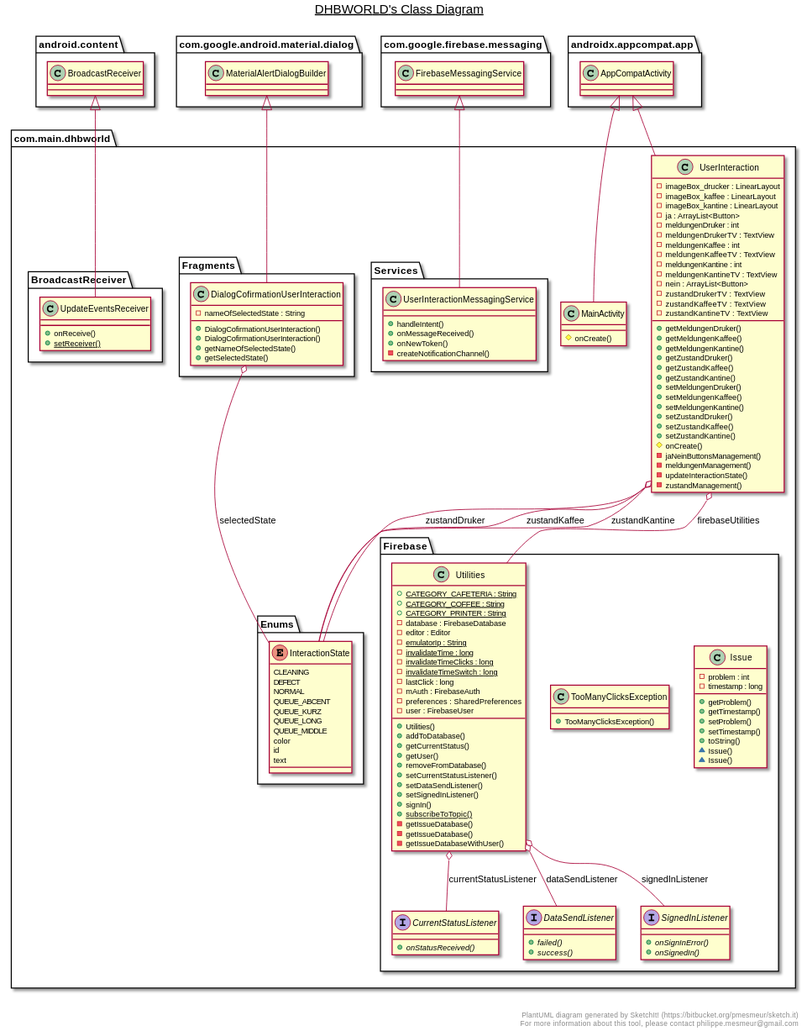
inFumumVerti/DHBWorld-Docu keeps this PlantUML diagram as Class Diagram/ClassDiagram_UserInteraction.svg. Above is the earlier version.
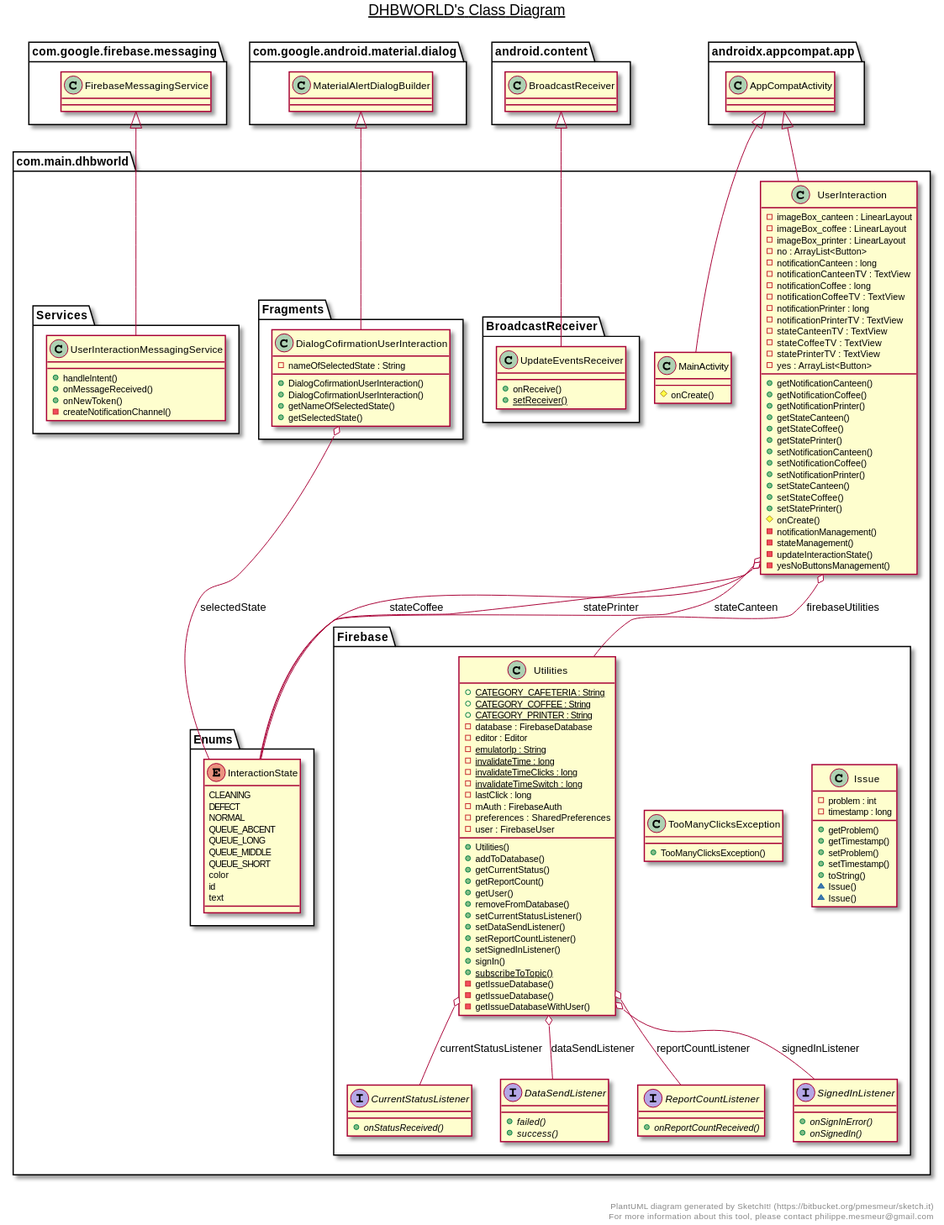
After the change.

Commit message:
Updated class diagram

The edit, as a diff of the source:
```diff
@@ -11,41 +11,67 @@
 
   namespace com.main.dhbworld {
     class com.main.dhbworld.UserInteraction {
-        - imageBox_drucker : LinearLayout
-        - imageBox_kaffee : LinearLayout
-        - imageBox_kantine : LinearLayout
-        - ja : ArrayList<Button>
-        - meldungenDruker : int
-        - meldungenDrukerTV : TextView
-        - meldungenKaffee : int
-        - meldungenKaffeeTV : TextView
-        - meldungenKantine : int
-        - meldungenKantineTV : TextView
-        - nein : ArrayList<Button>
-        - zustandDrukerTV : TextView
-        - zustandKaffeeTV : TextView
-        - zustandKantineTV : TextView
-        + getMeldungenDruker()
-        + getMeldungenKaffee()
-        + getMeldungenKantine()
-        + getZustandDruker()
-        + getZustandKaffee()
-        + getZustandKantine()
-        + setMeldungenDruker()
-        + setMeldungenKaffee()
-        + setMeldungenKantine()
-        + setZustandDruker()
-        + setZustandKaffee()
-        + setZustandKantine()
+        - imageBox_canteen : LinearLayout
+        - imageBox_coffee : LinearLayout
+        - imageBox_printer : LinearLayout
+        - no : ArrayList<Button>
+        - notificationCanteen : long
+        - notificationCanteenTV : TextView
+        - notificationCoffee : long
+        - notificationCoffeeTV : TextView
+        - notificationPrinter : long
+        - notificationPrinterTV : TextView
+        - stateCanteenTV : TextView
+        - stateCoffeeTV : TextView
+        - statePrinterTV : TextView
+        - yes : ArrayList<Button>
+        + getNotificationCanteen()
+        + getNotificationCoffee()
+        + getNotificationPrinter()
+        + getStateCanteen()
+        + getStateCoffee()
+        + getStatePrinter()
+        + setNotificationCanteen()
+        + setNotificationCoffee()
+        + setNotificationPrinter()
+        + setStateCanteen()
+        + setStateCoffee()
+        + setStatePrinter()
         # onCreate()
-        - jaNeinButtonsManagement()
-        - meldungenManagement()
+        - notificationManagement()
+        - stateManagement()
         - updateInteractionState()
-        - zustandManagement()
+        - yesNoButtonsManagement()
     }
   }
 
-   namespace com.main.dhbworld {
+namespace com.main.dhbworld {
+    namespace BroadcastReceiver {
+      class com.main.dhbworld.BroadcastReceiver.UpdateEventsReceiver {
+          + onReceive()
+          {static} + setReceiver()
+      }
+    }
+  }
+
+  namespace com.main.dhbworld {
+    namespace Enums {
+      enum InteractionState {
+        CLEANING
+        DEFECT
+        NORMAL
+        QUEUE_ABCENT
+        QUEUE_LONG
+        QUEUE_MIDDLE
+        QUEUE_SHORT
+        color
+        id
+        text
+      }
+    }
+  }
+
+    namespace com.main.dhbworld {
       namespace Firebase {
         interface com.main.dhbworld.Firebase.CurrentStatusListener {
             {abstract} + onStatusReceived()
@@ -76,6 +102,15 @@
             + toString()
             ~ Issue()
             ~ Issue()
+        }
+      }
+    }
+
+
+    namespace com.main.dhbworld {
+      namespace Firebase {
+        interface com.main.dhbworld.Firebase.ReportCountListener {
+            {abstract} + onReportCountReceived()
         }
       }
     }
@@ -119,10 +154,12 @@
             + Utilities()
             + addToDatabase()
             + getCurrentStatus()
+            + getReportCount()
             + getUser()
             + removeFromDatabase()
             + setCurrentStatusListener()
             + setDataSendListener()
+            + setReportCountListener()
             + setSignedInListener()
             + signIn()
             {static} + subscribeToTopic()
@@ -133,71 +170,51 @@
       }
     }
 
-    namespace com.main.dhbworld {
-      namespace Services {
-        class com.main.dhbworld.Services.UserInteractionMessagingService {
-            + handleIntent()
-            + onMessageReceived()
-            + onNewToken()
-            - createNotificationChannel()
-        }
+  namespace com.main.dhbworld {
+    namespace Fragments {
+      class com.main.dhbworld.Fragments.DialogCofirmationUserInteraction {
+          - nameOfSelectedState : String
+          + DialogCofirmationUserInteraction()
+          + DialogCofirmationUserInteraction()
+          + getNameOfSelectedState()
+          + getSelectedState()
       }
     }
+  }
 
-    namespace com.main.dhbworld {
-      namespace Fragments {
-        class com.main.dhbworld.Fragments.DialogCofirmationUserInteraction {
-            - nameOfSelectedState : String
-            + DialogCofirmationUserInteraction()
-            + DialogCofirmationUserInteraction()
-            + getNameOfSelectedState()
-            + getSelectedState()
-        }
+  namespace com.main.dhbworld {
+    namespace Services {
+      class com.main.dhbworld.Services.UserInteractionMessagingService {
+          + handleIntent()
+          + onMessageReceived()
+          + onNewToken()
+          - createNotificationChannel()
       }
     }
-
-    namespace com.main.dhbworld {
-      namespace Enums {
-        enum InteractionState {
-          CLEANING
-          DEFECT
-          NORMAL
-          QUEUE_ABCENT
-          QUEUE_KURZ
-          QUEUE_LONG
-          QUEUE_MIDDLE
-          color
-          id
-          text
-        }
-      }
-    }
-
-    namespace com.main.dhbworld {
-      namespace BroadcastReceiver {
-        class com.main.dhbworld.BroadcastReceiver.UpdateEventsReceiver {
-            + onReceive()
-            {static} + setReceiver()
-        }
-      }
-    }
+  }
 
 
-    com.main.dhbworld.BroadcastReceiver.UpdateEventsReceiver -up-|> android.content.BroadcastReceiver
+  com.main.dhbworld.Services.UserInteractionMessagingService -up-|> com.google.firebase.messaging.FirebaseMessagingService
 
 
-    com.main.dhbworld.Fragments.DialogCofirmationUserInteraction -up-|> com.google.android.material.dialog.MaterialAlertDialogBuilder
-    com.main.dhbworld.Fragments.DialogCofirmationUserInteraction o-- com.main.dhbworld.Enums.InteractionState : selectedState
-    com.main.dhbworld.Services.UserInteractionMessagingService -up-|> com.google.firebase.messaging.FirebaseMessagingService
+  com.main.dhbworld.Fragments.DialogCofirmationUserInteraction -up-|> com.google.android.material.dialog.MaterialAlertDialogBuilder
+  com.main.dhbworld.Fragments.DialogCofirmationUserInteraction o-- com.main.dhbworld.Enums.InteractionState : selectedState
+
+
     com.main.dhbworld.Firebase.Utilities o-- com.main.dhbworld.Firebase.CurrentStatusListener : currentStatusListener
     com.main.dhbworld.Firebase.Utilities o-- com.main.dhbworld.Firebase.DataSendListener : dataSendListener
+    com.main.dhbworld.Firebase.Utilities o-- com.main.dhbworld.Firebase.ReportCountListener : reportCountListener
     com.main.dhbworld.Firebase.Utilities o-- com.main.dhbworld.Firebase.SignedInListener : signedInListener
-    com.main.dhbworld.MainActivity -up-|> androidx.appcompat.app.AppCompatActivity
-    com.main.dhbworld.UserInteraction -up-|> androidx.appcompat.app.AppCompatActivity
-    com.main.dhbworld.UserInteraction o-- com.main.dhbworld.Firebase.Utilities : firebaseUtilities
-    com.main.dhbworld.UserInteraction o-- com.main.dhbworld.Enums.InteractionState : zustandDruker
-    com.main.dhbworld.UserInteraction o-- com.main.dhbworld.Enums.InteractionState : zustandKaffee
-    com.main.dhbworld.UserInteraction o-- com.main.dhbworld.Enums.InteractionState : zustandKantine
+
+
+  com.main.dhbworld.BroadcastReceiver.UpdateEventsReceiver -up-|> android.content.BroadcastReceiver
+
+  com.main.dhbworld.MainActivity -up-|> androidx.appcompat.app.AppCompatActivity
+  com.main.dhbworld.UserInteraction -up-|> androidx.appcompat.app.AppCompatActivity
+  com.main.dhbworld.UserInteraction o-- com.main.dhbworld.Firebase.Utilities : firebaseUtilities
+  com.main.dhbworld.UserInteraction o-- com.main.dhbworld.Enums.InteractionState : stateCanteen
+  com.main.dhbworld.UserInteraction o-- com.main.dhbworld.Enums.InteractionState : stateCoffee
+  com.main.dhbworld.UserInteraction o-- com.main.dhbworld.Enums.InteractionState : statePrinter
 
 
 right footer
```
